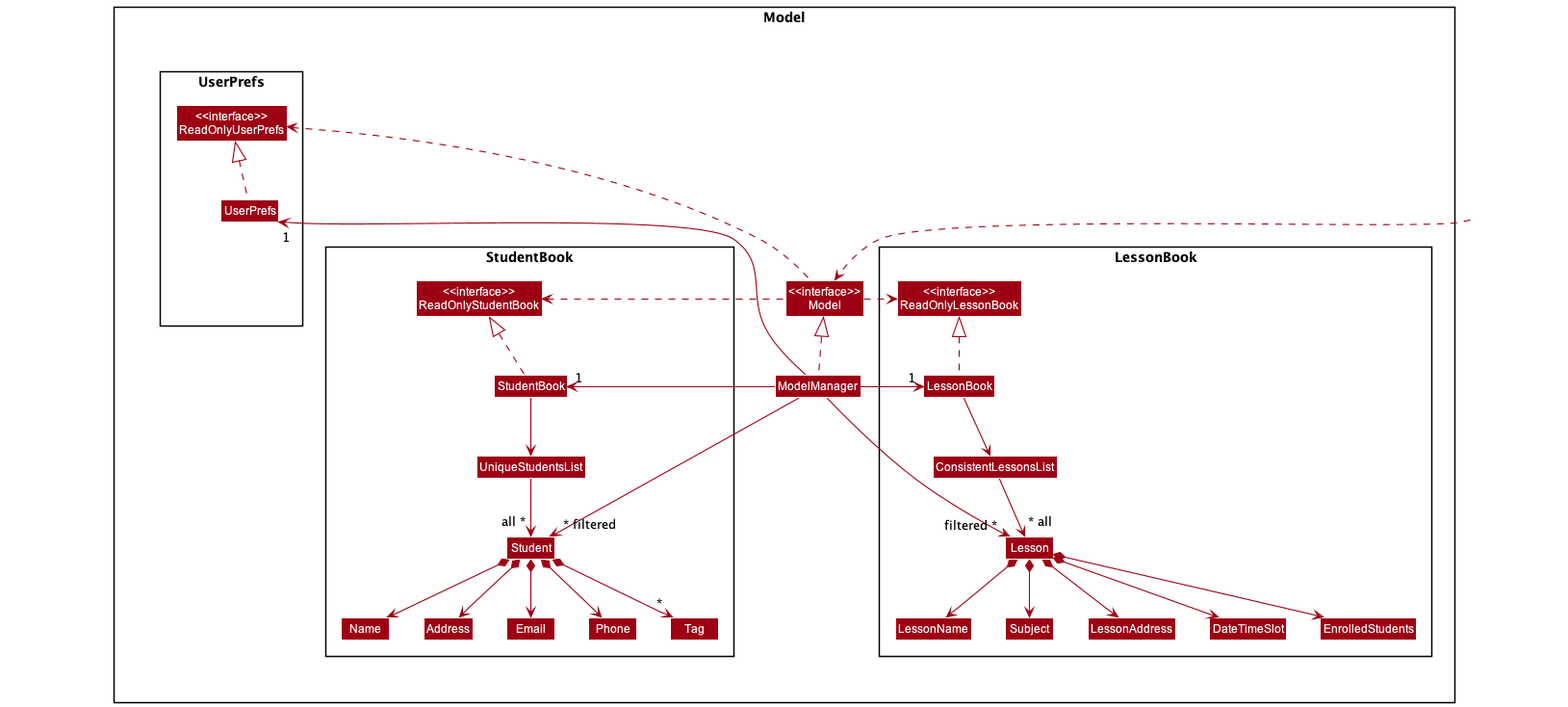
The PlantUML diagram docs/images/ModelClassDiagram.png in nus-cs2103-AY2122S2/tp, before a commit.
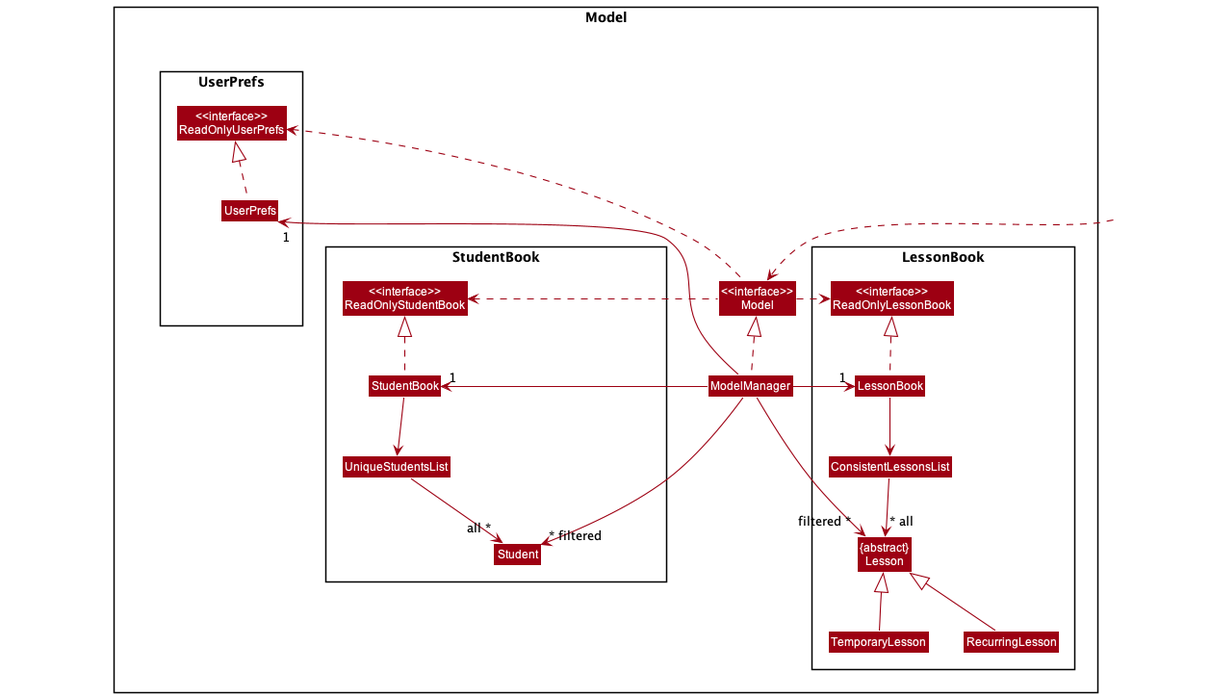
The same file after the commit.

Change to the diagram source:
```diff
@@ -15,20 +15,14 @@
             Class UniqueStudentsList
             Class Student
 
-            Class Name
-            Class Address
-            Class Email
-            Class Phone
-            Class Tag
-
             StudentBook -down-> UniqueStudentsList
             UniqueStudentsList --> "all ~*" Student
 
-            Student *--> Name
-            Student *--> Phone
-            Student *--> Email
-            Student *--> Address
-            Student *--> "*" Tag
+
+            Class HiddenSB1 #FFFFFF
+            Class HiddenSB2 #FFFFFF
+            HiddenSB1 .down[hidden].> Student
+            HiddenSB2 .down[hidden].> Student
         }
 
         package UserPrefs <<Rectangle>> {
@@ -46,22 +40,15 @@
         Class "<<interface>>\nReadOnlyLessonBook" as ReadOnlyLessonBook
         Class LessonBook
         Class ConsistentLessonsList
-        Class Lesson
-
-        Class LessonName
-        Class Subject
-        Class LessonAddress
-        Class DateTimeSlot
-        Class EnrolledStudents
+        Class "{abstract}\nLesson"
+        Class TemporaryLesson
+        Class RecurringLesson
 
         LessonBook -down-> ConsistentLessonsList
-        ConsistentLessonsList --> "~* all" Lesson
+        ConsistentLessonsList --> "~* all" "{abstract}\nLesson"
 
-        Lesson *--> LessonName
-        Lesson *--> Subject
-        Lesson *--> LessonAddress
-        Lesson *--> DateTimeSlot
-        Lesson *--> EnrolledStudents
+        RecurringLesson -up-|> "{abstract}\nLesson"
+        TemporaryLesson -up-|> "{abstract}\nLesson"
     }
 }
 
@@ -77,7 +64,7 @@
 ModelManager -right-> "1" LessonBook
 ModelManager -left-> "1" UserPrefs
 ModelManager -right-> "~* filtered" Student
-ModelManager -right-> "filtered ~*" Lesson
+ModelManager -right-> "filtered ~*" "{abstract}\nLesson"
 
 Class HiddenOutside1 #FFFFFF
 HiddenOutside1 ..> Model
```
